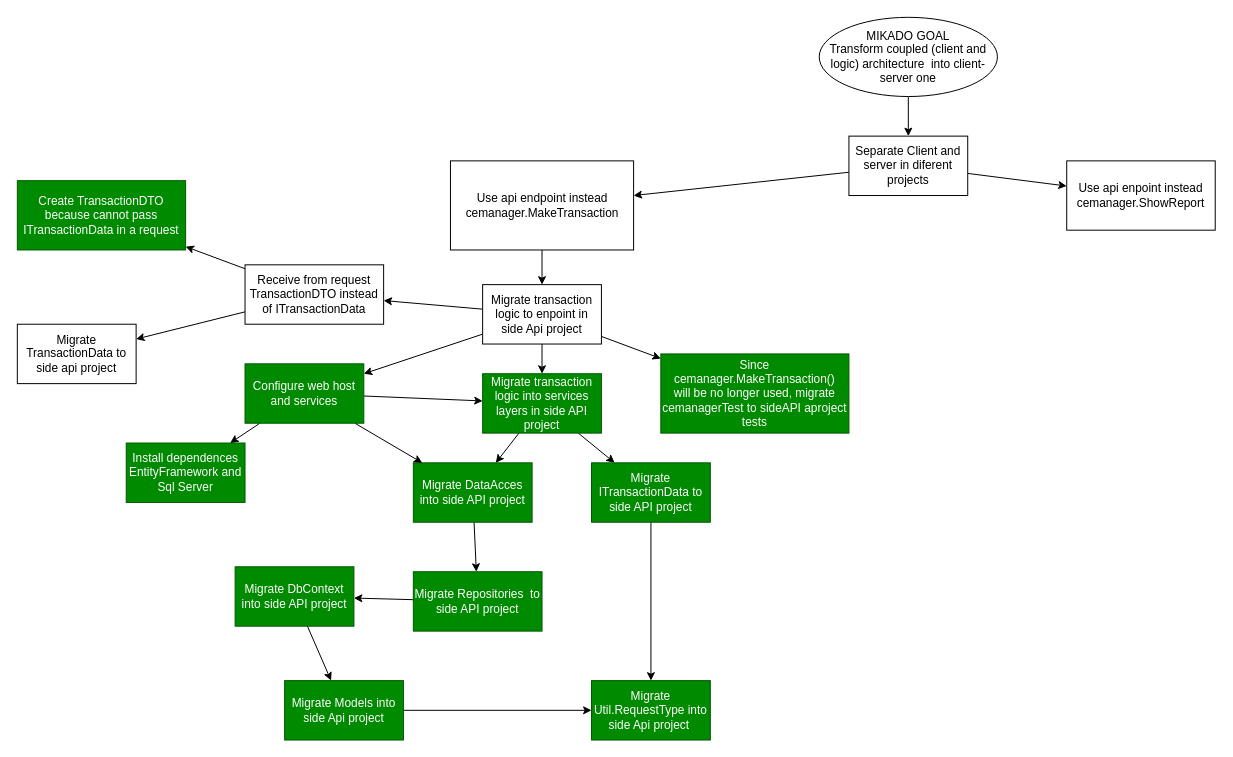
Above: Docs/Diagrams/refactor_to_client-server(MikadoGraph).drawio in Camilo716/Customized-Expense-Manager (draw.io), before the change. Source tidied: cells renumbered, new cells numbered last; positions are measured from the earlier drawing's top-left corner, leaving out a move shared by most shapes. Both pictures are drawn from the tidied source at 99%, with x=0, y=0 at pixel (17, 17).
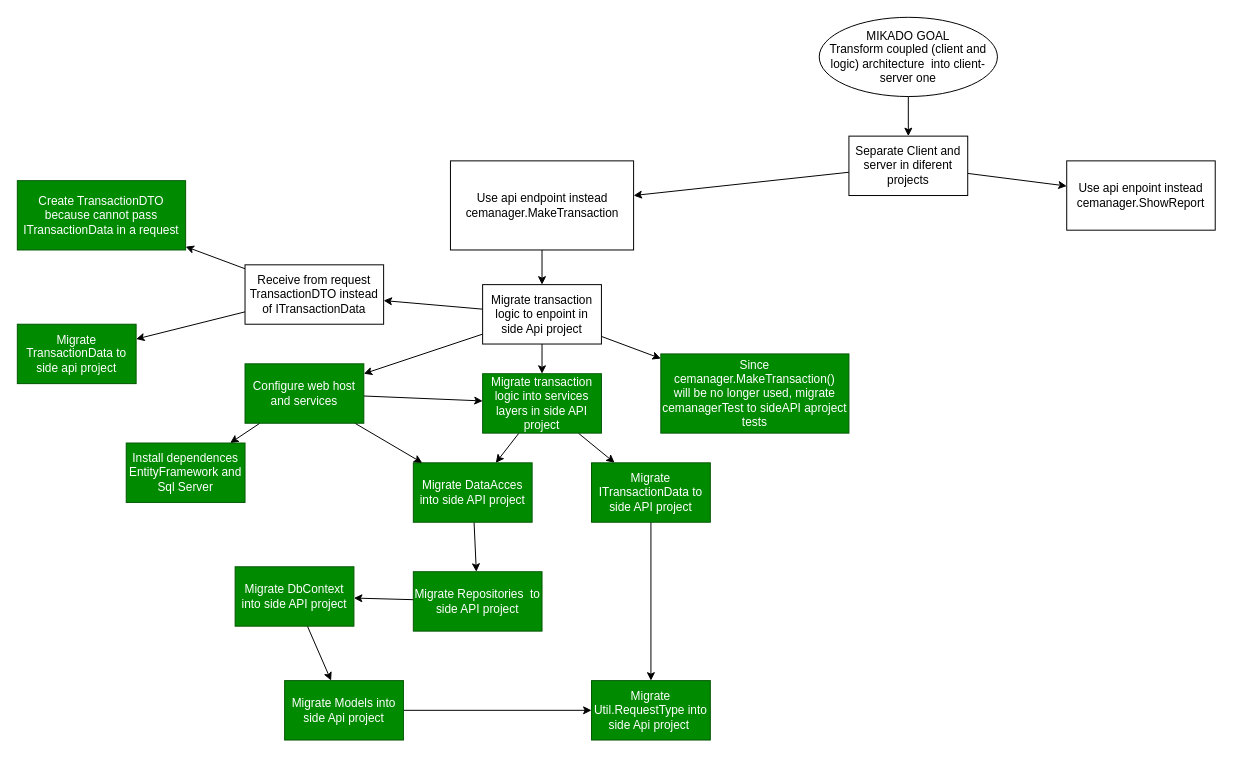
After the change.

Diff of the diagram source:
```diff
@@
-    <mxCell id="39" value="Migrate TransactionData to side api project" style="whiteSpace=wrap;html=1;" parent="1" vertex="1">
+    <mxCell id="39" value="Migrate TransactionData to side api project" style="whiteSpace=wrap;html=1;fillColor=#008a00;fontColor=#ffffff;strokeColor=#005700;" parent="1" vertex="1">
       <mxGeometry y="310" width="120" height="60" as="geometry" />
     </mxCell>
```
